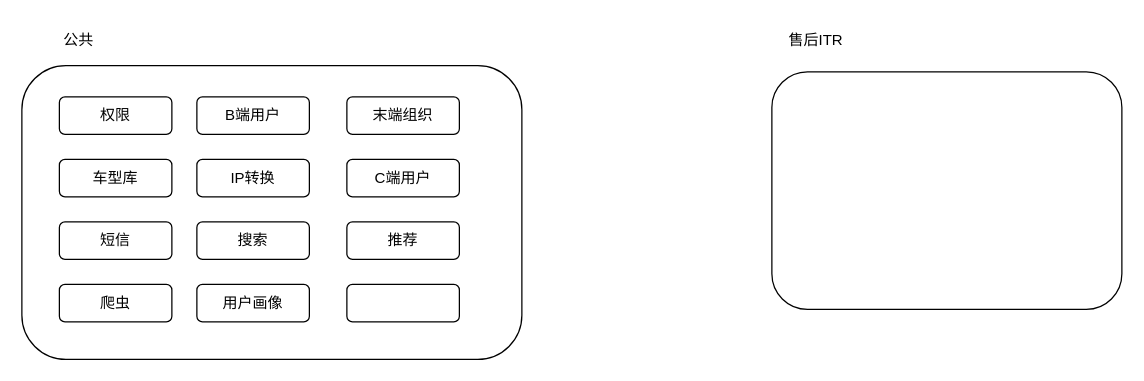
This is 能力梳理.drawio from ysujn/space, a draw.io file, before an edit. Source tidied: cells renumbered, new cells numbered last; positions are measured from the earlier drawing's top-left corner, leaving out a move shared by most shapes. Both pictures are drawn from the tidied source at 125%, with x=0, y=0 at pixel (21, 21).
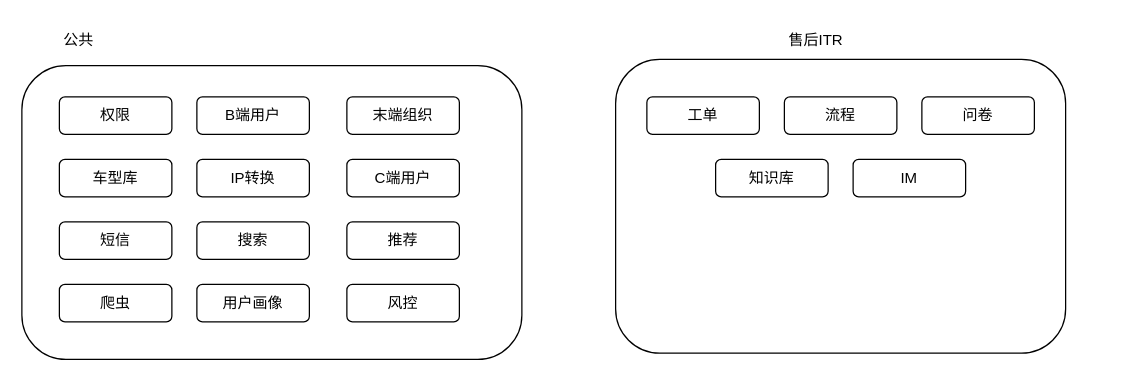
Above is the later version.

Commit message (it also covers changes not shown here):
更新能力梳理.drawio

Diff of the diagram source:
```diff
@@
     <mxCell id="4" style="rounded=1;whiteSpace=wrap;html=1;" parent="1" vertex="1">
-      <mxGeometry x="600" y="40" width="280" height="190" as="geometry" />
+      <mxGeometry x="475" y="30" width="360" height="235" as="geometry" />
     </mxCell>
@@
-    <mxCell id="17" style="rounded=1;whiteSpace=wrap;html=1;" parent="1" vertex="1">
+    <mxCell id="17" value="风控" style="rounded=1;whiteSpace=wrap;html=1;" parent="1" vertex="1">
       <mxGeometry x="260" y="210" width="90" height="30" as="geometry" />
     </mxCell>
+    <mxCell id="18" value="工单" style="rounded=1;whiteSpace=wrap;html=1;" parent="1" vertex="1">
+      <mxGeometry x="500" y="60" width="90" height="30" as="geometry" />
+    </mxCell>
+    <mxCell id="19" value="流程" style="rounded=1;whiteSpace=wrap;html=1;" parent="1" vertex="1">
+      <mxGeometry x="610" y="60" width="90" height="30" as="geometry" />
+    </mxCell>
+    <mxCell id="20" value="问卷" style="rounded=1;whiteSpace=wrap;html=1;" parent="1" vertex="1">
+      <mxGeometry x="720" y="60" width="90" height="30" as="geometry" />
+    </mxCell>
+    <mxCell id="21" value="知识库" style="rounded=1;whiteSpace=wrap;html=1;" parent="1" vertex="1">
+      <mxGeometry x="555" y="110" width="90" height="30" as="geometry" />
+    </mxCell>
+    <mxCell id="22" value="IM" style="rounded=1;whiteSpace=wrap;html=1;" parent="1" vertex="1">
+      <mxGeometry x="665" y="110" width="90" height="30" as="geometry" />
+    </mxCell>
```
